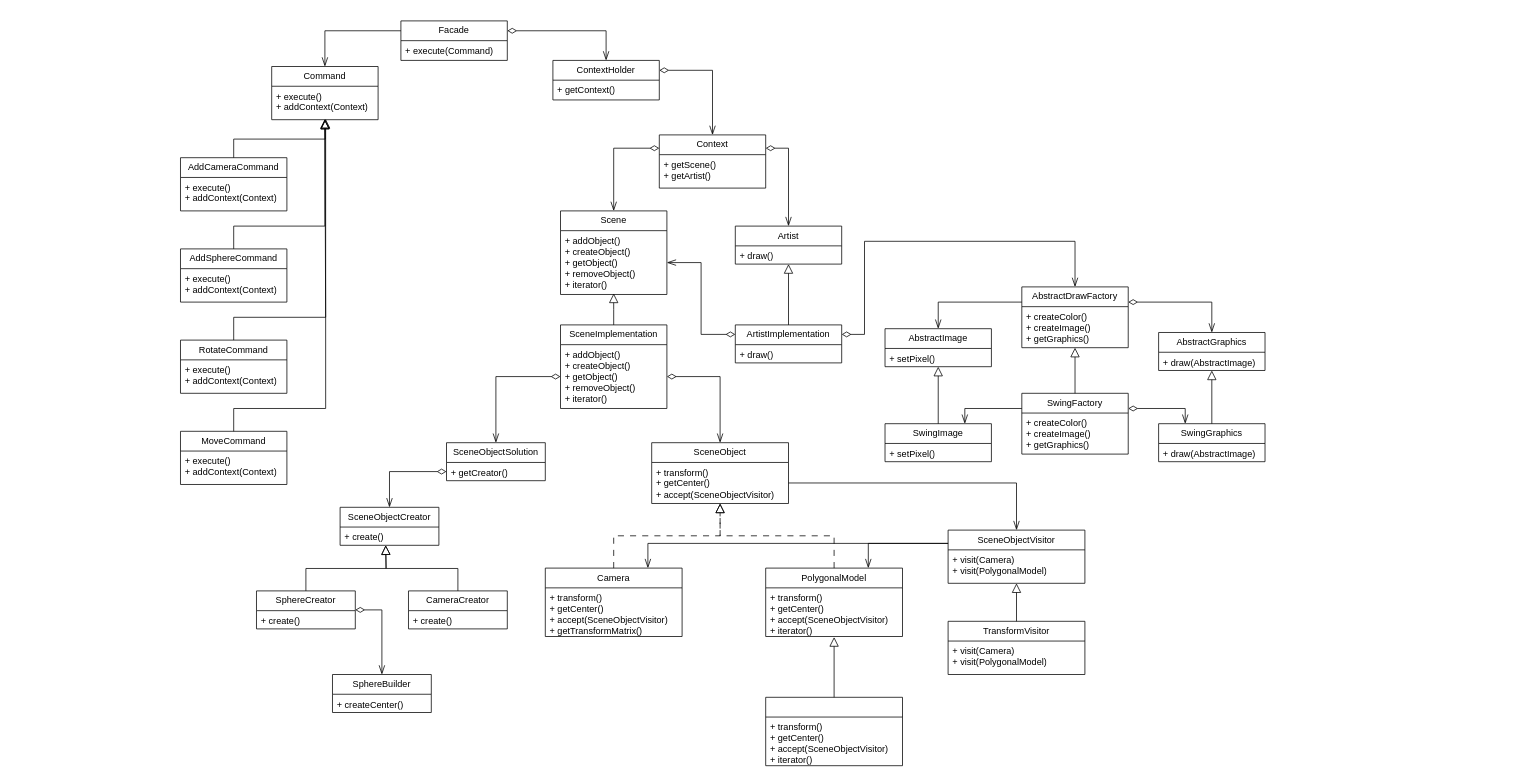
Before: uml/diagram.drawio in N1ckBaran0v/cg-coursework, a draw.io diagram. Source tidied: cells renumbered, new cells numbered last; positions are measured from the earlier drawing's top-left corner, leaving out a move shared by most shapes. Both pictures are drawn from the tidied source at 76%, with x=0, y=0 at pixel (180, 21).
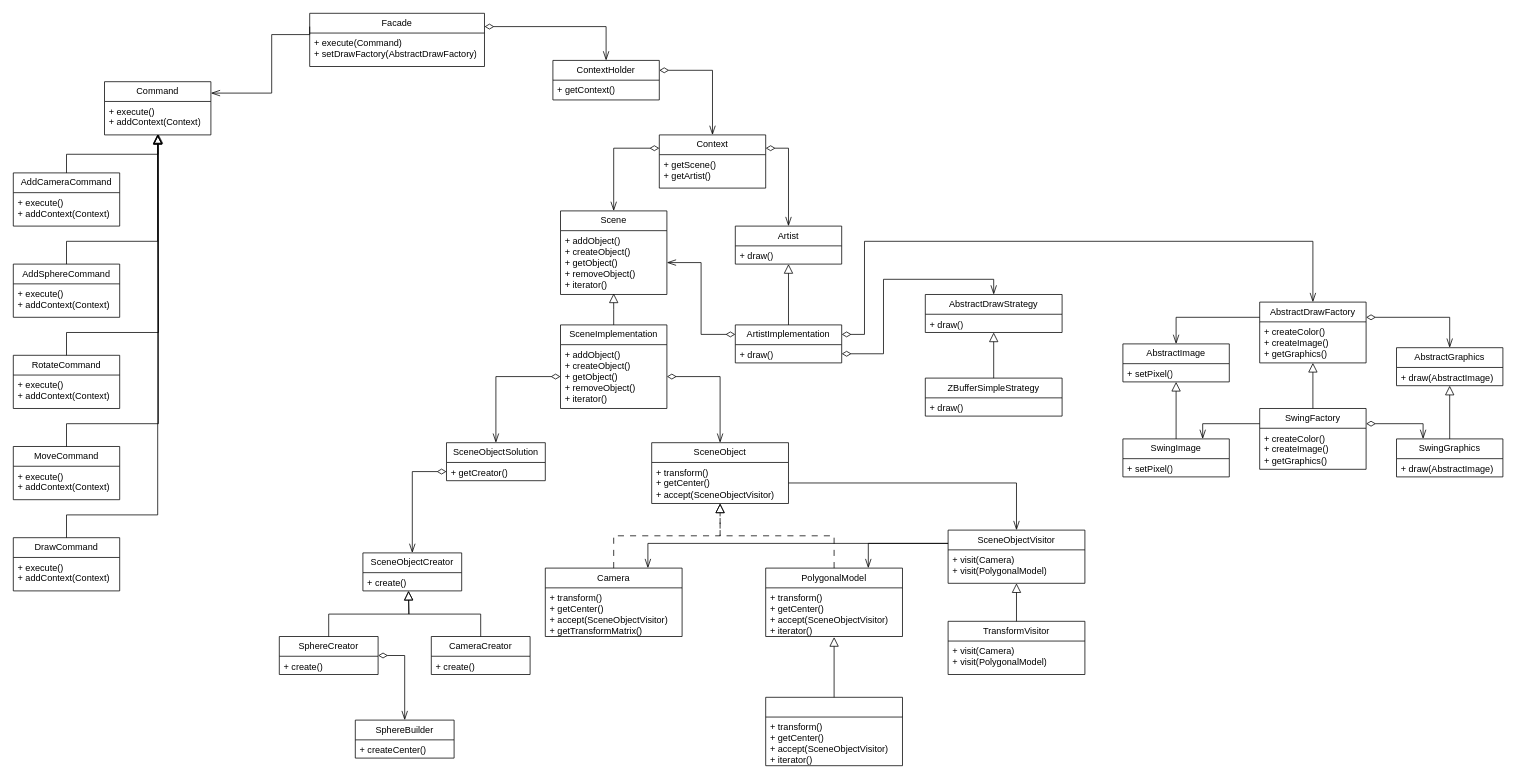
The same page after the edit.

The change refers to these unchanged cells:
```xml
<mxCell id="7" value="+ execute()&lt;div&gt;+ addContext(Context)&lt;br&gt;&lt;div&gt;&lt;br&gt;&lt;/div&gt;&lt;/div&gt;" style="text;strokeColor=none;fillColor=none;align=left;verticalAlign=top;spacingLeft=4;spacingRight=4;overflow=hidden;points=[[0,0.5],[1,0.5]];portConstraint=eastwest;whiteSpace=wrap;html=1;" parent="6" vertex="1">
  <mxGeometry y="26" width="140" height="44" as="geometry" />
</mxCell>
<mxCell id="29" value="ArtistImplementation" style="swimlane;fontStyle=0;horizontal=1;startSize=26;fillColor=none;whiteSpace=wrap;html=1;" parent="1" vertex="1">
  <mxGeometry x="730" y="400" width="140" height="50" as="geometry" />
</mxCell>
<mxCell id="30" value="&lt;div&gt;&lt;div&gt;+ draw()&lt;/div&gt;&lt;/div&gt;" style="text;strokeColor=none;fillColor=none;align=left;verticalAlign=top;spacingLeft=4;spacingRight=4;overflow=hidden;points=[[0,0.5],[1,0.5]];portConstraint=eastwest;whiteSpace=wrap;html=1;" parent="29" vertex="1">
  <mxGeometry y="26" width="140" height="24" as="geometry" />
</mxCell>
```

What changed in the source:
```diff
@@
     <mxCell id="2" style="edgeStyle=orthogonalEdgeStyle;shape=connector;rounded=0;jettySize=auto;html=1;exitX=0;exitY=0.25;exitDx=0;exitDy=0;strokeColor=default;align=center;verticalAlign=middle;fontFamily=Helvetica;fontSize=11;fontColor=default;labelBackgroundColor=default;startSize=10;endArrow=openThin;endFill=0;endSize=10;" parent="1" edge="1" source="4" target="6">
-      <mxGeometry relative="1" as="geometry" />
+      <mxGeometry relative="1" as="geometry">
+        <Array as="points">
+          <mxPoint x="170" y="18" />
+          <mxPoint x="120" y="18" />
+          <mxPoint x="120" y="95" />
+        </Array>
+      </mxGeometry>
     </mxCell>
@@
     <mxCell id="4" value="Facade" style="swimlane;fontStyle=0;horizontal=1;startSize=26;fillColor=none;whiteSpace=wrap;html=1;" parent="1" vertex="1">
-      <mxGeometry x="290" width="140" height="52" as="geometry" />
+      <mxGeometry x="170" y="-10" width="230" height="70" as="geometry" />
     </mxCell>
-    <mxCell id="5" value="+ execute(Command)&lt;div&gt;&lt;br&gt;&lt;/div&gt;" style="text;strokeColor=none;fillColor=none;align=left;verticalAlign=top;spacingLeft=4;spacingRight=4;overflow=hidden;whiteSpace=wrap;html=1;" parent="4" vertex="1">
-      <mxGeometry y="26" width="140" height="26" as="geometry" />
+    <mxCell id="5" value="+ execute(Command)&lt;div&gt;+ setDrawFactory(AbstractDrawFactory)&lt;/div&gt;" style="text;strokeColor=none;fillColor=none;align=left;verticalAlign=top;spacingLeft=4;spacingRight=4;overflow=hidden;whiteSpace=wrap;html=1;" parent="4" vertex="1">
+      <mxGeometry y="26" width="230" height="44" as="geometry" />
     </mxCell>
     <mxCell id="6" value="Command" style="swimlane;fontStyle=0;horizontal=1;startSize=26;fillColor=none;whiteSpace=wrap;html=1;" parent="1" vertex="1">
-      <mxGeometry x="120" y="60" width="140" height="70" as="geometry" />
+      <mxGeometry x="-100" y="80" width="140" height="70" as="geometry" />
     </mxCell>
@@
     <mxCell id="12" value="AbstractDrawFactory" style="swimlane;fontStyle=0;horizontal=1;startSize=26;fillColor=none;whiteSpace=wrap;html=1;" parent="1" vertex="1">
-      <mxGeometry x="1107" y="350" width="140" height="80" as="geometry" />
+      <mxGeometry x="1420" y="370" width="140" height="80" as="geometry" />
     </mxCell>
@@
     <mxCell id="14" value="AbstractImage" style="swimlane;fontStyle=0;horizontal=1;startSize=26;fillColor=none;whiteSpace=wrap;html=1;" parent="1" vertex="1">
-      <mxGeometry x="927" y="405" width="140" height="50" as="geometry" />
+      <mxGeometry x="1240" y="425" width="140" height="50" as="geometry" />
     </mxCell>
@@
     <mxCell id="16" value="AbstractGraphics" style="swimlane;fontStyle=0;horizontal=1;startSize=26;fillColor=none;whiteSpace=wrap;html=1;" parent="1" vertex="1">
-      <mxGeometry x="1287" y="410" width="140" height="50" as="geometry" />
+      <mxGeometry x="1600" y="430" width="140" height="50" as="geometry" />
     </mxCell>
@@
     <mxCell id="28" style="edgeStyle=orthogonalEdgeStyle;shape=connector;rounded=0;jettySize=auto;html=1;exitX=1;exitY=0.25;exitDx=0;exitDy=0;entryX=0.5;entryY=0;entryDx=0;entryDy=0;strokeColor=default;align=center;verticalAlign=middle;fontFamily=Helvetica;fontSize=11;fontColor=default;labelBackgroundColor=default;startArrow=diamondThin;startFill=0;startSize=10;endArrow=openThin;endFill=0;endSize=10;" parent="1" edge="1" source="29" target="12">
       <mxGeometry relative="1" as="geometry">
         <Array as="points">
           <mxPoint x="900" y="413" />
           <mxPoint x="900" y="290" />
-          <mxPoint x="1177" y="290" />
+          <mxPoint x="1490" y="290" />
         </Array>
       </mxGeometry>
     </mxCell>
@@
     <mxCell id="37" value="SwingFactory" style="swimlane;fontStyle=0;horizontal=1;startSize=26;fillColor=none;whiteSpace=wrap;html=1;" parent="1" vertex="1">
-      <mxGeometry x="1107" y="490" width="140" height="80" as="geometry" />
+      <mxGeometry x="1420" y="510" width="140" height="80" as="geometry" />
     </mxCell>
@@
     <mxCell id="39" value="SwingImage" style="swimlane;fontStyle=0;horizontal=1;startSize=26;fillColor=none;whiteSpace=wrap;html=1;" parent="1" vertex="1">
-      <mxGeometry x="927" y="530" width="140" height="50" as="geometry" />
+      <mxGeometry x="1240" y="550" width="140" height="50" as="geometry" />
     </mxCell>
@@
     <mxCell id="41" value="SwingGraphics" style="swimlane;fontStyle=0;horizontal=1;startSize=26;fillColor=none;whiteSpace=wrap;html=1;" parent="1" vertex="1">
-      <mxGeometry x="1287" y="530" width="140" height="50" as="geometry" />
+      <mxGeometry x="1600" y="550" width="140" height="50" as="geometry" />
     </mxCell>
@@
     <mxCell id="66" value="SceneObjectCreator" style="swimlane;fontStyle=0;horizontal=1;startSize=26;fillColor=none;whiteSpace=wrap;html=1;" parent="1" vertex="1">
-      <mxGeometry x="210" y="640" width="130" height="50" as="geometry" />
+      <mxGeometry x="240" y="700" width="130" height="50" as="geometry" />
     </mxCell>
@@
     <mxCell id="69" value="CameraCreator" style="swimlane;fontStyle=0;horizontal=1;startSize=26;fillColor=none;whiteSpace=wrap;html=1;" parent="1" vertex="1">
-      <mxGeometry x="300" y="750" width="130" height="50" as="geometry" />
+      <mxGeometry x="330" y="810" width="130" height="50" as="geometry" />
     </mxCell>
@@
     <mxCell id="72" style="edgeStyle=orthogonalEdgeStyle;shape=connector;rounded=0;jettySize=auto;html=1;exitX=0.5;exitY=0;exitDx=0;exitDy=0;strokeColor=default;align=center;verticalAlign=middle;fontFamily=Helvetica;fontSize=11;fontColor=default;labelBackgroundColor=default;startArrow=none;startFill=0;startSize=10;endArrow=block;endFill=0;endSize=10;" parent="1" edge="1" source="73">
       <mxGeometry relative="1" as="geometry">
-        <mxPoint x="270" y="690" as="targetPoint" />
+        <mxPoint x="300" y="750" as="targetPoint" />
       </mxGeometry>
     </mxCell>
     <mxCell id="73" value="SphereCreator" style="swimlane;fontStyle=0;horizontal=1;startSize=26;fillColor=none;whiteSpace=wrap;html=1;" parent="1" vertex="1">
-      <mxGeometry x="100" y="750" width="130" height="50" as="geometry" />
+      <mxGeometry x="130" y="810" width="130" height="50" as="geometry" />
     </mxCell>
@@
     <mxCell id="75" value="SphereBuilder" style="swimlane;fontStyle=0;horizontal=1;startSize=26;fillColor=none;whiteSpace=wrap;html=1;" parent="1" vertex="1">
-      <mxGeometry x="200" y="860" width="130" height="50" as="geometry" />
+      <mxGeometry x="230" y="920" width="130" height="50" as="geometry" />
     </mxCell>
@@
     <mxCell id="77" style="edgeStyle=orthogonalEdgeStyle;shape=connector;rounded=0;jettySize=auto;html=1;exitX=0.5;exitY=0;exitDx=0;exitDy=0;strokeColor=default;align=center;verticalAlign=middle;fontFamily=Helvetica;fontSize=11;fontColor=default;labelBackgroundColor=default;startArrow=none;startFill=0;startSize=10;endArrow=block;endFill=0;endSize=10;" parent="1" edge="1" source="69">
       <mxGeometry relative="1" as="geometry">
-        <mxPoint x="270" y="690" as="targetPoint" />
+        <mxPoint x="300" y="750" as="targetPoint" />
       </mxGeometry>
     </mxCell>
     <mxCell id="78" value="AddCameraCommand" style="swimlane;fontStyle=0;horizontal=1;startSize=26;fillColor=none;whiteSpace=wrap;html=1;" parent="1" vertex="1">
-      <mxGeometry y="180" width="140" height="70" as="geometry" />
+      <mxGeometry x="-220" y="200" width="140" height="70" as="geometry" />
     </mxCell>
@@
     <mxCell id="80" style="edgeStyle=orthogonalEdgeStyle;shape=connector;rounded=0;jettySize=auto;html=1;exitX=0.5;exitY=0;exitDx=0;exitDy=0;strokeColor=default;align=center;verticalAlign=middle;fontFamily=Helvetica;fontSize=11;fontColor=default;labelBackgroundColor=default;startArrow=none;startFill=0;startSize=10;endArrow=block;endFill=0;endSize=10;" parent="1" edge="1" source="81">
       <mxGeometry relative="1" as="geometry">
-        <mxPoint x="190" y="130" as="targetPoint" />
+        <mxPoint x="-30" y="150" as="targetPoint" />
         <Array as="points">
-          <mxPoint x="70" y="390" />
-          <mxPoint x="191" y="390" />
+          <mxPoint x="-150" y="410" />
+          <mxPoint x="-29" y="410" />
         </Array>
       </mxGeometry>
     </mxCell>
     <mxCell id="81" value="RotateCommand" style="swimlane;fontStyle=0;horizontal=1;startSize=26;fillColor=none;whiteSpace=wrap;html=1;" parent="1" vertex="1">
-      <mxGeometry y="420" width="140" height="70" as="geometry" />
+      <mxGeometry x="-220" y="440" width="140" height="70" as="geometry" />
     </mxCell>
@@
     <mxCell id="83" value="MoveCommand" style="swimlane;fontStyle=0;horizontal=1;startSize=26;fillColor=none;whiteSpace=wrap;html=1;" parent="1" vertex="1">
-      <mxGeometry y="540" width="140" height="70" as="geometry" />
+      <mxGeometry x="-220" y="560" width="140" height="70" as="geometry" />
     </mxCell>
@@
     <mxCell id="85" value="AddSphereCommand" style="swimlane;fontStyle=0;horizontal=1;startSize=26;fillColor=none;whiteSpace=wrap;html=1;" parent="1" vertex="1">
-      <mxGeometry y="300" width="140" height="70" as="geometry" />
+      <mxGeometry x="-220" y="320" width="140" height="70" as="geometry" />
     </mxCell>
@@
     <mxCell id="87" style="edgeStyle=orthogonalEdgeStyle;shape=connector;rounded=0;jettySize=auto;html=1;exitX=0.5;exitY=0;exitDx=0;exitDy=0;strokeColor=default;align=center;verticalAlign=middle;fontFamily=Helvetica;fontSize=11;fontColor=default;labelBackgroundColor=default;startArrow=none;startFill=0;startSize=10;endArrow=block;endFill=0;endSize=10;" parent="1" edge="1" source="78">
       <mxGeometry relative="1" as="geometry">
-        <mxPoint x="190" y="130" as="targetPoint" />
+        <mxPoint x="-30" y="150" as="targetPoint" />
       </mxGeometry>
     </mxCell>
     <mxCell id="88" style="edgeStyle=orthogonalEdgeStyle;shape=connector;rounded=0;jettySize=auto;html=1;exitX=0.5;exitY=0;exitDx=0;exitDy=0;entryX=0.5;entryY=0.977;entryDx=0;entryDy=0;entryPerimeter=0;strokeColor=default;align=center;verticalAlign=middle;fontFamily=Helvetica;fontSize=11;fontColor=default;labelBackgroundColor=default;startArrow=none;startFill=0;startSize=10;endArrow=block;endFill=0;endSize=10;" parent="1" edge="1" source="85" target="7">
       <mxGeometry relative="1" as="geometry">
         <Array as="points">
-          <mxPoint x="70" y="270" />
-          <mxPoint x="190" y="270" />
+          <mxPoint x="-150" y="290" />
+          <mxPoint x="-30" y="290" />
         </Array>
       </mxGeometry>
     </mxCell>
     <mxCell id="89" style="edgeStyle=orthogonalEdgeStyle;shape=connector;rounded=0;jettySize=auto;html=1;exitX=0.5;exitY=0;exitDx=0;exitDy=0;entryX=0.507;entryY=0.977;entryDx=0;entryDy=0;entryPerimeter=0;strokeColor=default;align=center;verticalAlign=middle;fontFamily=Helvetica;fontSize=11;fontColor=default;labelBackgroundColor=default;startArrow=none;startFill=0;startSize=10;endArrow=block;endFill=0;endSize=10;" parent="1" edge="1" source="83" target="7">
       <mxGeometry relative="1" as="geometry">
         <Array as="points">
-          <mxPoint x="70" y="510" />
-          <mxPoint x="191" y="510" />
+          <mxPoint x="-150" y="530" />
+          <mxPoint x="-29" y="530" />
         </Array>
       </mxGeometry>
     </mxCell>
@@
+    <mxCell id="93" value="DrawCommand" style="swimlane;fontStyle=0;horizontal=1;startSize=26;fillColor=none;whiteSpace=wrap;html=1;" parent="1" vertex="1">
+      <mxGeometry x="-220" y="680" width="140" height="70" as="geometry" />
+    </mxCell>
+    <mxCell id="94" value="+ execute()&lt;div&gt;+ addContext(Context)&lt;br&gt;&lt;div&gt;&lt;br&gt;&lt;/div&gt;&lt;/div&gt;" style="text;strokeColor=none;fillColor=none;align=left;verticalAlign=top;spacingLeft=4;spacingRight=4;overflow=hidden;whiteSpace=wrap;html=1;" parent="93" vertex="1">
+      <mxGeometry y="26" width="140" height="44" as="geometry" />
+    </mxCell>
+    <mxCell id="95" style="edgeStyle=orthogonalEdgeStyle;shape=connector;rounded=0;jettySize=auto;html=1;exitX=0.5;exitY=0;exitDx=0;exitDy=0;entryX=0.5;entryY=1;entryDx=0;entryDy=0;entryPerimeter=0;strokeColor=default;align=center;verticalAlign=middle;fontFamily=Helvetica;fontSize=11;fontColor=default;labelBackgroundColor=default;startArrow=none;startFill=0;startSize=10;endArrow=block;endFill=0;endSize=10;" parent="1" edge="1" source="93" target="7">
+      <mxGeometry relative="1" as="geometry">
+        <Array as="points">
+          <mxPoint x="-150" y="650" />
+          <mxPoint x="-30" y="650" />
+        </Array>
+      </mxGeometry>
+    </mxCell>
+    <mxCell id="96" value="AbstractDrawStrategy" style="swimlane;fontStyle=0;horizontal=1;startSize=26;fillColor=none;whiteSpace=wrap;html=1;" parent="1" vertex="1">
+      <mxGeometry x="980" y="360" width="180" height="50" as="geometry" />
+    </mxCell>
+    <mxCell id="97" value="&lt;div&gt;&lt;div&gt;+ draw()&lt;/div&gt;&lt;/div&gt;" style="text;strokeColor=none;fillColor=none;align=left;verticalAlign=top;spacingLeft=4;spacingRight=4;overflow=hidden;points=[[0,0.5],[1,0.5]];portConstraint=eastwest;whiteSpace=wrap;html=1;" parent="96" vertex="1">
+      <mxGeometry y="26" width="180" height="24" as="geometry" />
+    </mxCell>
+    <mxCell id="98" value="ZBufferSimpleStrategy" style="swimlane;fontStyle=0;horizontal=1;startSize=26;fillColor=none;whiteSpace=wrap;html=1;" parent="1" vertex="1">
+      <mxGeometry x="980" y="470" width="180" height="50" as="geometry" />
+    </mxCell>
+    <mxCell id="99" value="&lt;div&gt;&lt;div&gt;+ draw()&lt;/div&gt;&lt;/div&gt;" style="text;strokeColor=none;fillColor=none;align=left;verticalAlign=top;spacingLeft=4;spacingRight=4;overflow=hidden;whiteSpace=wrap;html=1;" parent="98" vertex="1">
+      <mxGeometry y="26" width="180" height="24" as="geometry" />
+    </mxCell>
+    <mxCell id="100" style="edgeStyle=orthogonalEdgeStyle;shape=connector;rounded=0;jettySize=auto;html=1;exitX=0.5;exitY=0;exitDx=0;exitDy=0;entryX=0.5;entryY=1;entryDx=0;entryDy=0;entryPerimeter=0;strokeColor=default;align=center;verticalAlign=middle;fontFamily=Helvetica;fontSize=11;fontColor=default;labelBackgroundColor=default;startArrow=none;startFill=0;startSize=10;endArrow=block;endFill=0;endSize=10;" parent="1" edge="1" source="98" target="97">
+      <mxGeometry relative="1" as="geometry" />
+    </mxCell>
+    <mxCell id="101" style="edgeStyle=orthogonalEdgeStyle;shape=connector;rounded=0;jettySize=auto;html=1;exitX=1;exitY=0.5;exitDx=0;exitDy=0;entryX=0.5;entryY=0;entryDx=0;entryDy=0;strokeColor=default;align=center;verticalAlign=middle;fontFamily=Helvetica;fontSize=11;fontColor=default;labelBackgroundColor=default;startArrow=diamondThin;startFill=0;startSize=10;endArrow=openThin;endFill=0;endSize=10;" parent="1" edge="1" source="30" target="96">
+      <mxGeometry relative="1" as="geometry" />
+    </mxCell>
```
